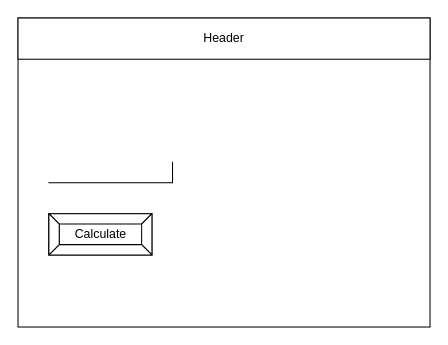
The draw.io diagram design/story-board.drawio in andre-deveau/ICS20-Unit3-02-JS, before the edit. Source tidied: cells renumbered, new cells numbered last; positions are measured from the earlier drawing's top-left corner, leaving out a move shared by most shapes. Both pictures are drawn from the tidied source at 103%, with x=0, y=0 at pixel (18, 18).
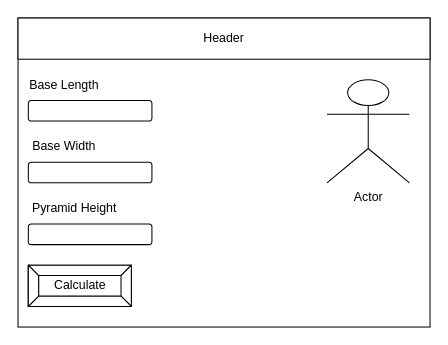
The same diagram, later.

The edit, as a diff of the source:
```diff
@@
 <mxGraphModel>
   <root>
     <mxCell id="0" />
     <mxCell id="1" parent="0" />
     <mxCell id="2" style="rounded=0;whiteSpace=wrap;html=1;" parent="1" vertex="1">
       <mxGeometry width="400" height="300" as="geometry" />
     </mxCell>
     <mxCell id="3" value="Header" style="rounded=0;whiteSpace=wrap;html=1;" parent="1" vertex="1">
       <mxGeometry width="400" height="40" as="geometry" />
     </mxCell>
-    <mxCell id="4" style="shape=partialRectangle;whiteSpace=wrap;html=1;top=0;left=0;fillColor=none;" parent="1" vertex="1">
-      <mxGeometry x="30" y="140" width="120" height="20" as="geometry" />
-    </mxCell>
     <mxCell id="5" value="Calculate" style="labelPosition=center;verticalLabelPosition=middle;align=center;html=1;shape=mxgraph.basic.button;dx=10;" parent="1" vertex="1">
-      <mxGeometry x="30" y="190" width="100" height="40" as="geometry" />
+      <mxGeometry x="10" y="240" width="100" height="40" as="geometry" />
     </mxCell>
+    <mxCell id="6" style="rounded=1;whiteSpace=wrap;html=1;" parent="1" vertex="1">
+      <mxGeometry x="10" y="80" width="120" height="20" as="geometry" />
+    </mxCell>
+    <mxCell id="7" value="Base Length" style="text;html=1;strokeColor=none;fillColor=none;align=center;verticalAlign=middle;whiteSpace=wrap;rounded=0;" parent="1" vertex="1">
+      <mxGeometry y="50" width="90" height="30" as="geometry" />
+    </mxCell>
+    <mxCell id="8" style="rounded=1;whiteSpace=wrap;html=1;" parent="1" vertex="1">
+      <mxGeometry x="10" y="140" width="120" height="20" as="geometry" />
+    </mxCell>
+    <mxCell id="9" value="Base Width" style="text;html=1;strokeColor=none;fillColor=none;align=center;verticalAlign=middle;whiteSpace=wrap;rounded=0;" parent="1" vertex="1">
+      <mxGeometry x="5" y="110" width="80" height="30" as="geometry" />
+    </mxCell>
+    <mxCell id="10" style="rounded=1;whiteSpace=wrap;html=1;" parent="1" vertex="1">
+      <mxGeometry x="10" y="200" width="120" height="20" as="geometry" />
+    </mxCell>
+    <mxCell id="11" value="Pyramid Height" style="text;html=1;strokeColor=none;fillColor=none;align=center;verticalAlign=middle;whiteSpace=wrap;rounded=0;" parent="1" vertex="1">
+      <mxGeometry x="10" y="170" width="90" height="30" as="geometry" />
+    </mxCell>
+    <mxCell id="12" value="Actor" style="shape=umlActor;verticalLabelPosition=bottom;verticalAlign=top;html=1;" parent="1" vertex="1">
+      <mxGeometry x="300" y="60" width="80" height="100" as="geometry" />
+    </mxCell>
   </root>
 </mxGraphModel>
```
